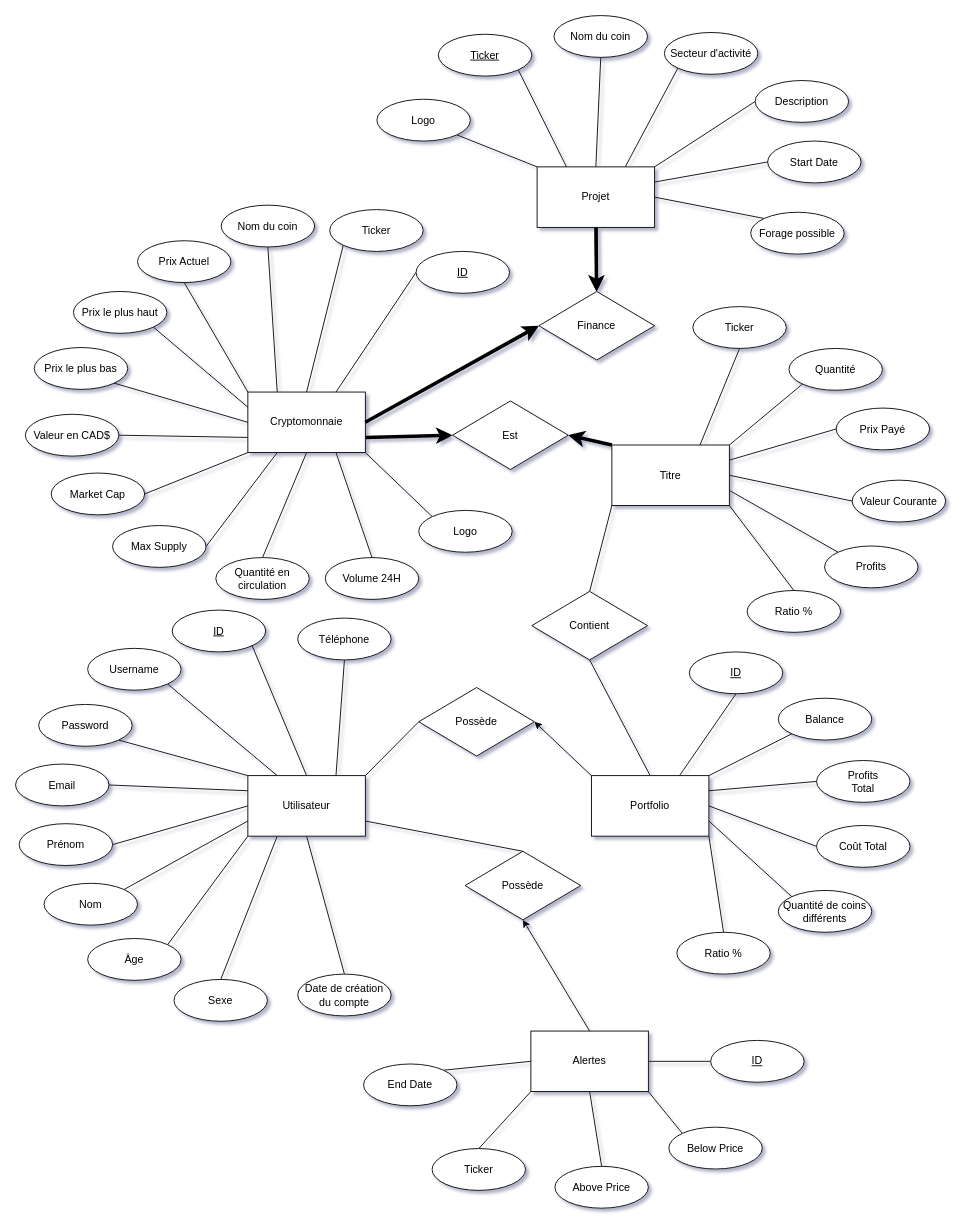
This is Rapport/Entite-Relation.drawio from matreurai/GLO-2005, a draw.io file, before an edit. Source tidied: cells renumbered, new cells numbered last; positions are measured from the earlier drawing's top-left corner, leaving out a move shared by most shapes. Both pictures are drawn from the tidied source at 89%, with x=0, y=0 at pixel (15, 15).
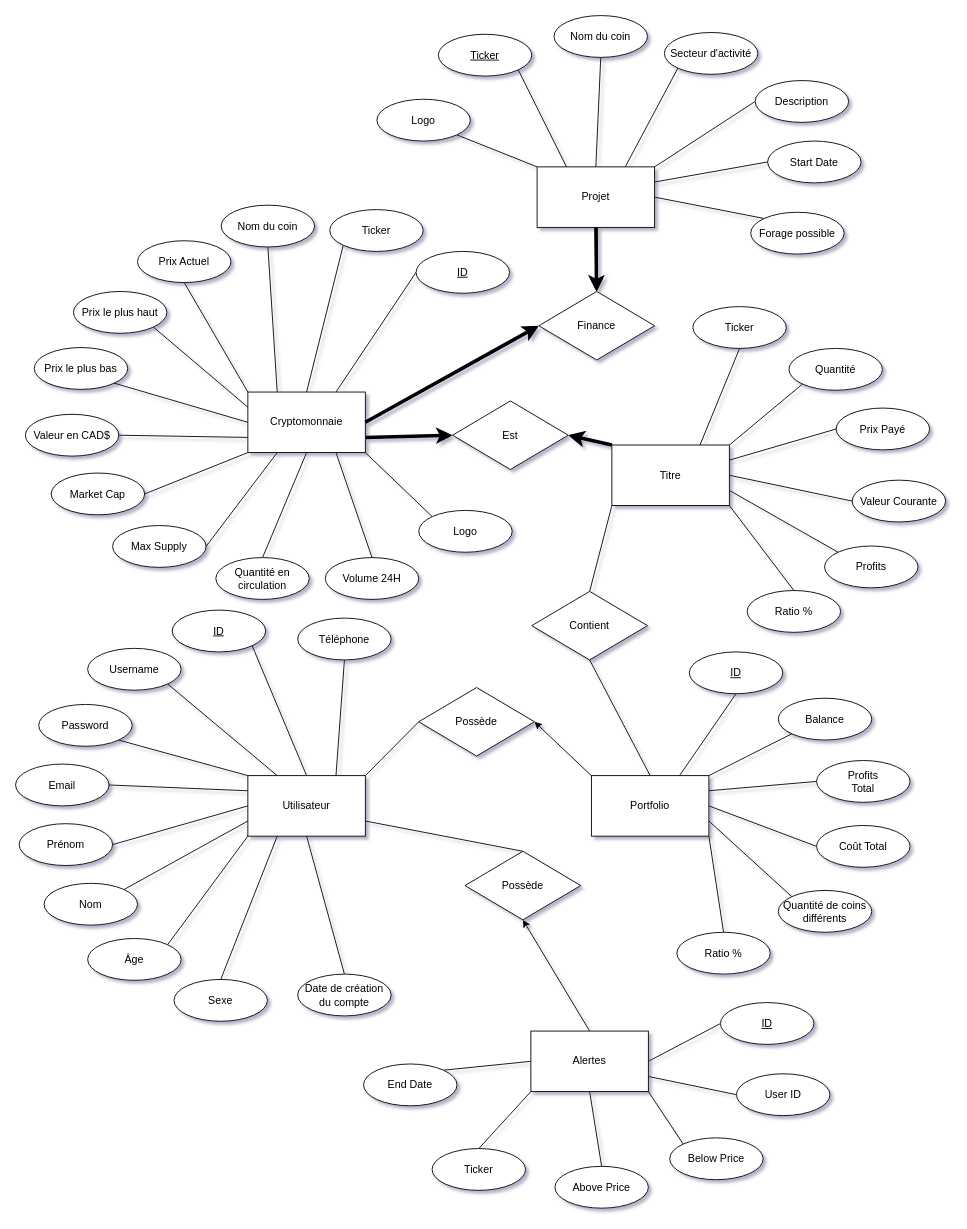
The same diagram, later.

Commit message:
Ajout de l'attribut User Id dans Alertes

Unchanged cells that the change refers to:
```xml
<mxCell id="108" value="Alertes" style="rounded=0;whiteSpace=wrap;html=1;" parent="1" vertex="1">
  <mxGeometry x="579" y="1141" width="132" height="68" as="geometry" />
</mxCell>
```

Change to the diagram source:
```diff
@@
+    <mxCell id="116" style="rounded=0;jettySize=auto;html=1;exitX=1;exitY=0.75;exitDx=0;exitDy=0;entryX=0;entryY=0.5;entryDx=0;entryDy=0;endArrow=none;endFill=0;" parent="1" edge="1" source="108" target="117">
+      <mxGeometry relative="1" as="geometry" />
+    </mxCell>
@@
     <mxCell id="111" value="ID" style="ellipse;whiteSpace=wrap;html=1;fontStyle=4;" parent="1" vertex="1">
-      <mxGeometry x="781" y="1151.5" width="105" height="47" as="geometry" />
+      <mxGeometry x="792" y="1109" width="105" height="47" as="geometry" />
     </mxCell>
@@
     <mxCell id="113" value="Below Price" style="ellipse;whiteSpace=wrap;html=1;fontStyle=0;" parent="1" vertex="1">
-      <mxGeometry x="734" y="1249" width="105" height="47" as="geometry" />
+      <mxGeometry x="735" y="1261" width="105" height="47" as="geometry" />
     </mxCell>
@@
+    <mxCell id="117" value="&lt;span&gt;User ID&lt;/span&gt;" style="ellipse;whiteSpace=wrap;html=1;fontStyle=0;" parent="1" vertex="1">
+      <mxGeometry x="810" y="1189" width="105" height="47" as="geometry" />
+    </mxCell>
```
